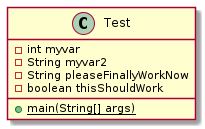
This is docs/uml/test.png from andrewdimmer/csi-3370-software-project-config-test, a PlantUML export, as it was before one commit.
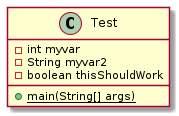
The same diagram one commit later.

Change to the diagram source:
```diff
@@ -3,7 +3,6 @@
 class Test {
     - int myvar
     - String myvar2
-    - String pleaseFinallyWorkNow
     - boolean thisShouldWork
     {static} + main(String[] args)
 }
```
